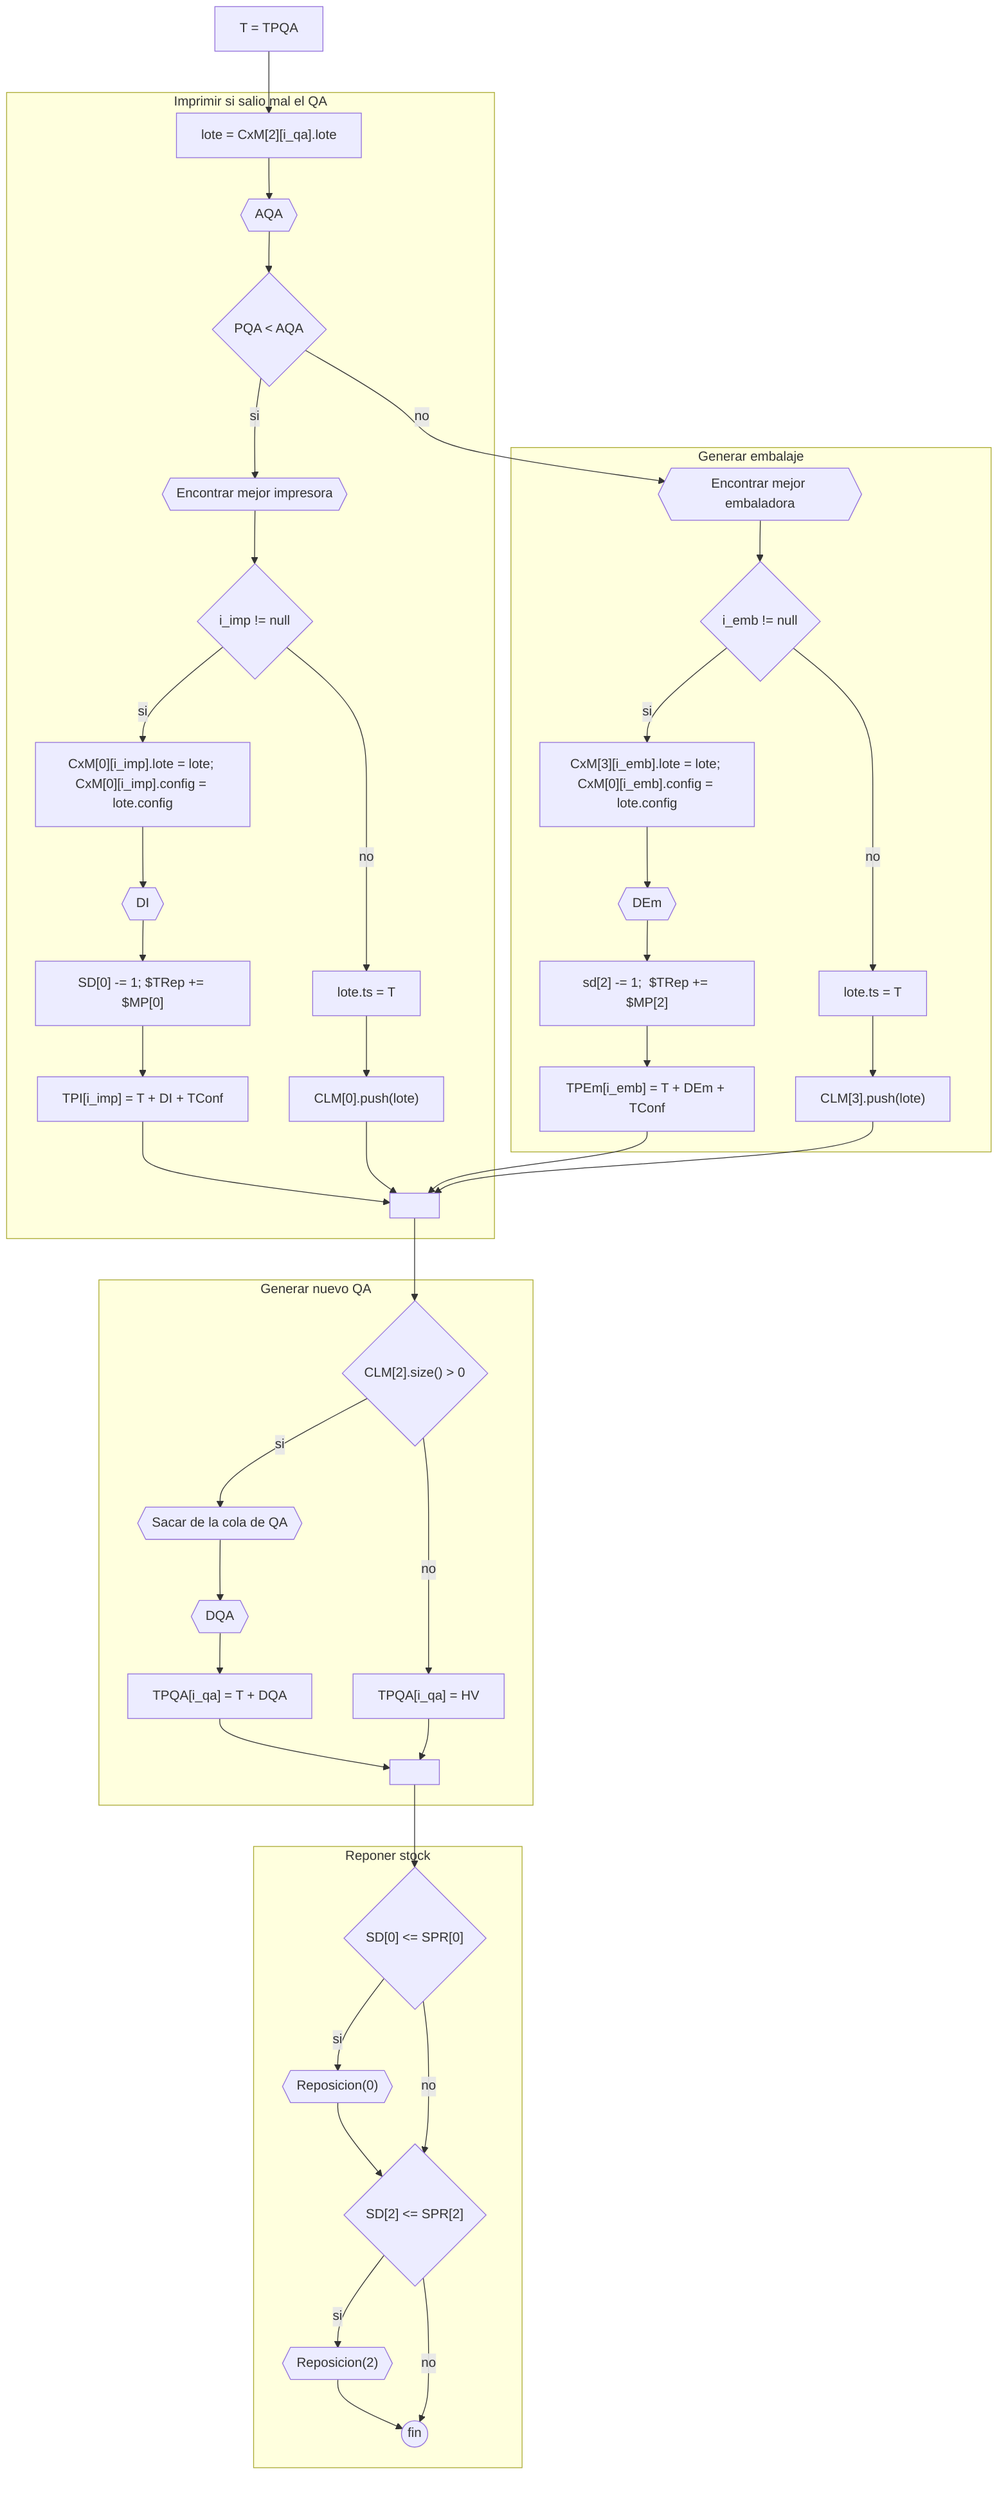
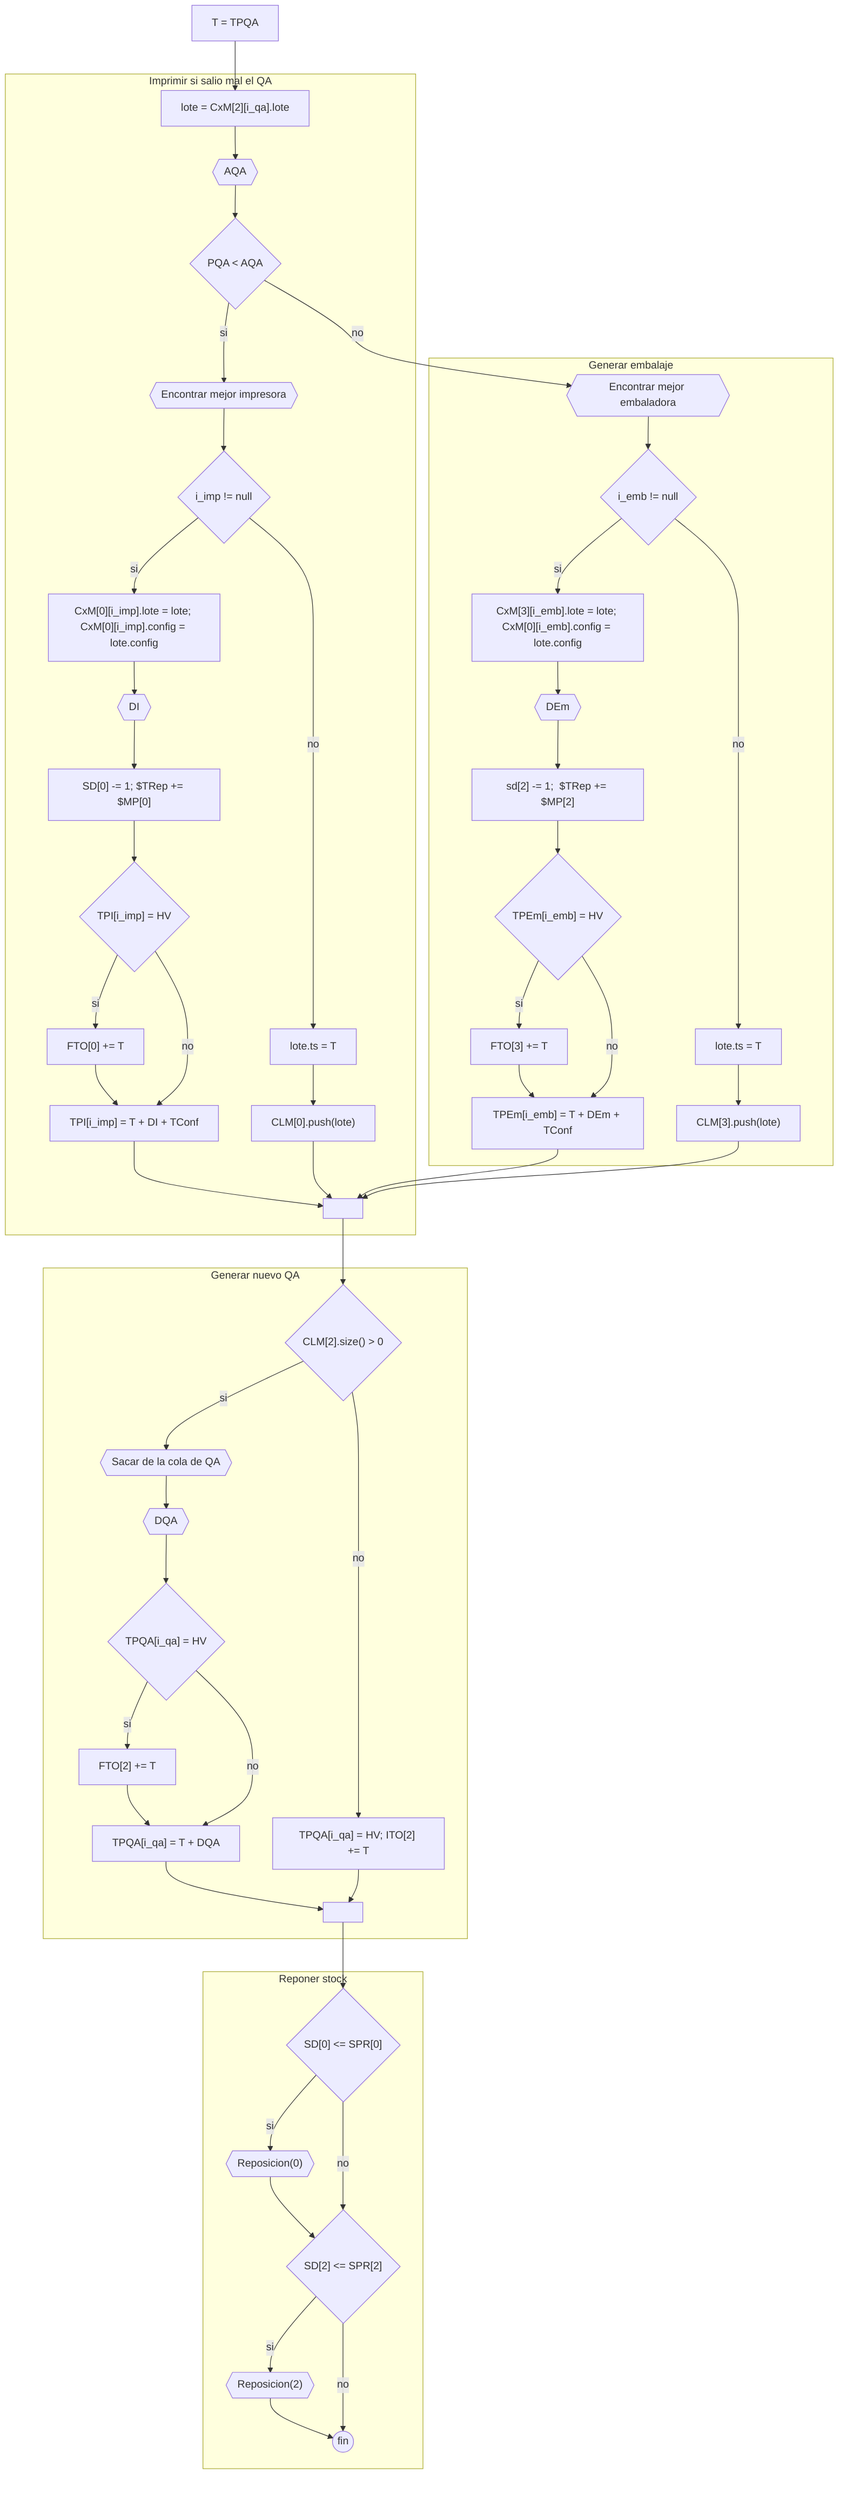
flowchart TD
    direction TD

    a[T = TPQA] --> lote["lote = CxM[2][i_qa].lote"]

    subgraph Imprimir si salio mal el QA
    lote --> bb{{AQA}}
    bb --> bb1{"PQA < AQA"}
    bb1 --> |si| e1{{Encontrar mejor impresora}} --> f1{"i_imp != null"}
-     f1 --> |si| aimp["CxM[0][i_imp].lote = lote; CxM[0][i_imp].config = lote.config"] --> g1{{DI}} --> s0["SD[0] -= 1; $TRep += $MP[0]"] --> i["TPI[i_imp] = T + DI + TConf"] --> z[" "]
+     f1 --> |si| aimp["CxM[0][i_imp].lote = lote; CxM[0][i_imp].config = lote.config"] --> g1{{DI}} --> s0["SD[0] -= 1; $TRep += $MP[0]"] --> ii1{"TPI[i_imp] = HV"} --> |si| ii2["FTO[0] += T"] --> ii9
+     ii1 --> |no| ii9["TPI[i_imp] = T + DI + TConf"] --> z[" "]
    f1 --> |no| z9["lote.ts = T"] --> h1["CLM[0].push(lote)"] --> z
    end

    subgraph Generar embalaje
    bb1 --> |no| g{{Encontrar mejor embaladora}} --> if2{"i_emb != null"}
-     if2 --> |si| aemb["CxM[3][i_emb].lote = lote; CxM[0][i_emb].config = lote.config"] --> aaa{{DEm}} --> s2["sd[2] -= 1;  $TRep += $MP[2]"] --> h["TPEm[i_emb] = T + DEm + TConf"] --> z
+     if2 --> |si| aemb["CxM[3][i_emb].lote = lote; CxM[0][i_emb].config = lote.config"] --> aaa{{DEm}} --> s2["sd[2] -= 1;  $TRep += $MP[2]"] --> iaa1{"TPEm[i_emb] = HV"} --> |si| iaa2["FTO[3] += T"] --> hhh
+     iaa1 --> |no| hhh["TPEm[i_emb] = T + DEm + TConf"] --> z
    if2 --> |no| z99["lote.ts = T"] --> aa["CLM[3].push(lote)"]  --> z
    end

    subgraph Generar nuevo QA
    z --> if{"CLM[2].size() > 0"}
-     if --> |si| e{{"Sacar de la cola de QA"}} --> s{{DQA}} --> b["TPQA[i_qa] = T + DQA"] --> l[" "]
-     if --> |no| zz["TPQA[i_qa] = HV"] --> l
+     if --> |si| e{{"Sacar de la cola de QA"}} --> s{{DQA}} --> i1{"TPQA[i_qa] = HV"} --> |si| i2["FTO[2] += T"] --> b
+     i1 --> |no| b["TPQA[i_qa] = T + DQA"] --> l[" "]
+     if --> |no| zz["TPQA[i_qa] = HV; ITO[2] += T"] --> l
    end

    subgraph Reponer stock
    l --> if3{"SD[0] <= SPR[0]"}
    if3 --> |si| r0{{"Reposicion(0)"}} --> if4{"SD[2] <= SPR[2]"}
    if3 --> |no| if4
    if4 --> |si| r2{{"Reposicion(2)"}} --> fin((fin))
    if4 --> |no| fin
    end
